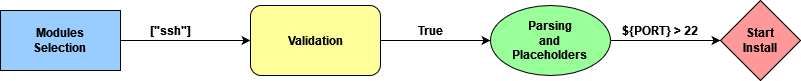
The draw.io diagram resources/figures/allprocess.png in nader-alhalabi/bachelor-thesis, before a commit. Source tidied: cells renumbered, new cells last; positions are measured from the earlier drawing's top-left corner, leaving out a move shared by most shapes. Its diagram source:
```xml
<mxGraphModel>
  <root>
    <mxCell id="0" />
    <mxCell id="1" parent="0" />
    <mxCell id="2" value="&lt;div&gt;&lt;b&gt;Modules&lt;/b&gt;&lt;/div&gt;&lt;div&gt;&lt;b&gt;Selection&lt;br&gt;&lt;/b&gt;&lt;/div&gt;" style="rounded=0;whiteSpace=wrap;html=1;fillColor=#99CCFF;" parent="1" vertex="1">
      <mxGeometry y="10" width="120" height="60" as="geometry" />
    </mxCell>
    <mxCell id="3" value="&lt;b&gt;Validation&lt;/b&gt;" style="rounded=1;whiteSpace=wrap;html=1;fillColor=#FFFF99;" parent="1" vertex="1">
      <mxGeometry x="250" y="5" width="130" height="70" as="geometry" />
    </mxCell>
    <mxCell id="4" value="&lt;div&gt;&lt;b&gt;Parsing&lt;/b&gt;&lt;/div&gt;&lt;div&gt;&lt;b&gt;and&lt;/b&gt;&lt;/div&gt;&lt;div&gt;&lt;b&gt;Placeholders&lt;br&gt;&lt;/b&gt;&lt;/div&gt;" style="ellipse;whiteSpace=wrap;html=1;fillColor=#99FF99;" parent="1" vertex="1">
      <mxGeometry x="490" y="5" width="120" height="70" as="geometry" />
    </mxCell>
    <mxCell id="5" value="&lt;div&gt;&lt;b&gt;Start&lt;/b&gt;&lt;/div&gt;&lt;div&gt;&lt;b&gt;Install&lt;br&gt;&lt;/b&gt;&lt;/div&gt;" style="rhombus;whiteSpace=wrap;html=1;fillColor=#FF9999;" parent="1" vertex="1">
      <mxGeometry x="720" width="80" height="80" as="geometry" />
    </mxCell>
    <mxCell id="6" style="endArrow=classic;html=1;exitX=1;exitY=0.5;exitDx=0;exitDy=0;entryX=0;entryY=0.5;entryDx=0;entryDy=0;" parent="1" edge="1" source="2" target="3">
      <mxGeometry relative="1" as="geometry" />
    </mxCell>
    <mxCell id="7" value="&lt;b&gt;[&quot;ssh&quot;]&lt;/b&gt;" style="text;html=1;strokeColor=none;fillColor=none;align=center;verticalAlign=middle;whiteSpace=wrap;rounded=0;" parent="1" vertex="1">
      <mxGeometry x="150" y="20" width="40" height="20" as="geometry" />
    </mxCell>
    <mxCell id="8" style="endArrow=classic;html=1;exitX=1;exitY=0.5;exitDx=0;exitDy=0;entryX=0;entryY=0.5;entryDx=0;entryDy=0;" parent="1" edge="1" source="3" target="4">
      <mxGeometry relative="1" as="geometry" />
    </mxCell>
    <mxCell id="9" value="&lt;b&gt;True&lt;/b&gt;" style="text;html=1;strokeColor=none;fillColor=none;align=center;verticalAlign=middle;whiteSpace=wrap;rounded=0;" parent="1" vertex="1">
      <mxGeometry x="410" y="20" width="40" height="20" as="geometry" />
    </mxCell>
    <mxCell id="10" style="endArrow=classic;html=1;exitX=1;exitY=0.5;exitDx=0;exitDy=0;entryX=0;entryY=0.5;entryDx=0;entryDy=0;" parent="1" edge="1" source="4" target="5">
      <mxGeometry relative="1" as="geometry" />
    </mxCell>
    <mxCell id="11" value="&lt;b&gt;${PORT} &amp;gt; 22&lt;/b&gt;" style="text;html=1;strokeColor=none;fillColor=none;align=center;verticalAlign=middle;whiteSpace=wrap;rounded=0;" parent="1" vertex="1">
      <mxGeometry x="610" y="20" width="100" height="20" as="geometry" />
    </mxCell>
  </root>
</mxGraphModel>
```
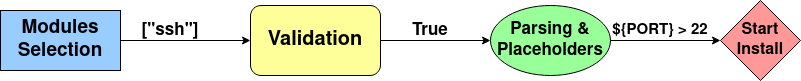
After the change.

Change to the diagram source:
```diff
@@ -2,34 +2,34 @@
   <root>
     <mxCell id="0" />
     <mxCell id="1" parent="0" />
-    <mxCell id="2" value="&lt;div&gt;&lt;b&gt;Modules&lt;/b&gt;&lt;/div&gt;&lt;div&gt;&lt;b&gt;Selection&lt;br&gt;&lt;/b&gt;&lt;/div&gt;" style="rounded=0;whiteSpace=wrap;html=1;fillColor=#99CCFF;" parent="1" vertex="1">
+    <mxCell id="2" value="&lt;div style=&quot;font-size: 19px&quot;&gt;&lt;font style=&quot;font-size: 19px&quot;&gt;&lt;b&gt;Modules&lt;/b&gt;&lt;/font&gt;&lt;/div&gt;&lt;div style=&quot;font-size: 19px&quot;&gt;&lt;font style=&quot;font-size: 19px&quot;&gt;&lt;b&gt;Selection&lt;br&gt;&lt;/b&gt;&lt;/font&gt;&lt;/div&gt;" style="rounded=0;whiteSpace=wrap;html=1;fillColor=#99CCFF;" parent="1" vertex="1">
       <mxGeometry y="10" width="120" height="60" as="geometry" />
     </mxCell>
-    <mxCell id="3" value="&lt;b&gt;Validation&lt;/b&gt;" style="rounded=1;whiteSpace=wrap;html=1;fillColor=#FFFF99;" parent="1" vertex="1">
+    <mxCell id="3" value="&lt;font style=&quot;font-size: 20px&quot;&gt;&lt;b&gt;Validation&lt;/b&gt;&lt;/font&gt;" style="rounded=1;whiteSpace=wrap;html=1;fillColor=#FFFF99;" parent="1" vertex="1">
       <mxGeometry x="250" y="5" width="130" height="70" as="geometry" />
     </mxCell>
-    <mxCell id="4" value="&lt;div&gt;&lt;b&gt;Parsing&lt;/b&gt;&lt;/div&gt;&lt;div&gt;&lt;b&gt;and&lt;/b&gt;&lt;/div&gt;&lt;div&gt;&lt;b&gt;Placeholders&lt;br&gt;&lt;/b&gt;&lt;/div&gt;" style="ellipse;whiteSpace=wrap;html=1;fillColor=#99FF99;" parent="1" vertex="1">
-      <mxGeometry x="490" y="5" width="120" height="70" as="geometry" />
-    </mxCell>
+    <mxCell id="12" value="&lt;div style=&quot;font-size: 17px&quot;&gt;&lt;font style=&quot;font-size: 17px&quot;&gt;&lt;b&gt;Parsing &amp;amp;&lt;br&gt;&lt;/b&gt;&lt;/font&gt;&lt;/div&gt;&lt;div style=&quot;font-size: 17px&quot;&gt;&lt;font style=&quot;font-size: 17px&quot;&gt;&lt;b&gt;Placeholders&lt;br&gt;&lt;/b&gt;&lt;/font&gt;&lt;/div&gt;" style="ellipse;whiteSpace=wrap;html=1;fillColor=#99FF99;" parent="1" vertex="1">
+      <mxGeometry x="490" y="5" width="120" height="70" as="geometry" />
+    </mxCell>
-    <mxCell id="5" value="&lt;div&gt;&lt;b&gt;Start&lt;/b&gt;&lt;/div&gt;&lt;div&gt;&lt;b&gt;Install&lt;br&gt;&lt;/b&gt;&lt;/div&gt;" style="rhombus;whiteSpace=wrap;html=1;fillColor=#FF9999;" parent="1" vertex="1">
+    <mxCell id="5" value="&lt;div style=&quot;font-size: 16px&quot;&gt;&lt;font style=&quot;font-size: 16px&quot;&gt;&lt;b&gt;Start&lt;/b&gt;&lt;/font&gt;&lt;/div&gt;&lt;div style=&quot;font-size: 16px&quot;&gt;&lt;font style=&quot;font-size: 16px&quot;&gt;&lt;b&gt;Install&lt;br&gt;&lt;/b&gt;&lt;/font&gt;&lt;/div&gt;" style="rhombus;whiteSpace=wrap;html=1;fillColor=#FF9999;" parent="1" vertex="1">
       <mxGeometry x="720" width="80" height="80" as="geometry" />
     </mxCell>
     <mxCell id="6" style="endArrow=classic;html=1;exitX=1;exitY=0.5;exitDx=0;exitDy=0;entryX=0;entryY=0.5;entryDx=0;entryDy=0;" parent="1" edge="1" source="2" target="3">
       <mxGeometry relative="1" as="geometry" />
     </mxCell>
-    <mxCell id="7" value="&lt;b&gt;[&quot;ssh&quot;]&lt;/b&gt;" style="text;html=1;strokeColor=none;fillColor=none;align=center;verticalAlign=middle;whiteSpace=wrap;rounded=0;" parent="1" vertex="1">
+    <mxCell id="7" value="&lt;font style=&quot;font-size: 17px&quot;&gt;&lt;b&gt;[&quot;ssh&quot;]&lt;/b&gt;&lt;/font&gt;" style="text;html=1;strokeColor=none;fillColor=none;align=center;verticalAlign=middle;whiteSpace=wrap;rounded=0;" parent="1" vertex="1">
       <mxGeometry x="150" y="20" width="40" height="20" as="geometry" />
     </mxCell>
-    <mxCell id="8" style="endArrow=classic;html=1;exitX=1;exitY=0.5;exitDx=0;exitDy=0;entryX=0;entryY=0.5;entryDx=0;entryDy=0;" parent="1" edge="1" source="3" target="4">
-      <mxGeometry relative="1" as="geometry" />
-    </mxCell>
+    <mxCell id="13" style="endArrow=classic;html=1;exitX=1;exitY=0.5;exitDx=0;exitDy=0;entryX=0;entryY=0.5;entryDx=0;entryDy=0;" parent="1" edge="1" source="3" target="12">
+      <mxGeometry relative="1" as="geometry" />
+    </mxCell>
-    <mxCell id="9" value="&lt;b&gt;True&lt;/b&gt;" style="text;html=1;strokeColor=none;fillColor=none;align=center;verticalAlign=middle;whiteSpace=wrap;rounded=0;" parent="1" vertex="1">
+    <mxCell id="9" value="&lt;font style=&quot;font-size: 17px&quot;&gt;&lt;b&gt;True&lt;/b&gt;&lt;/font&gt;" style="text;html=1;strokeColor=none;fillColor=none;align=center;verticalAlign=middle;whiteSpace=wrap;rounded=0;" parent="1" vertex="1">
       <mxGeometry x="410" y="20" width="40" height="20" as="geometry" />
     </mxCell>
-    <mxCell id="10" style="endArrow=classic;html=1;exitX=1;exitY=0.5;exitDx=0;exitDy=0;entryX=0;entryY=0.5;entryDx=0;entryDy=0;" parent="1" edge="1" source="4" target="5">
-      <mxGeometry relative="1" as="geometry" />
-    </mxCell>
+    <mxCell id="14" style="endArrow=classic;html=1;exitX=1;exitY=0.5;exitDx=0;exitDy=0;entryX=0;entryY=0.5;entryDx=0;entryDy=0;" parent="1" edge="1" source="12" target="5">
+      <mxGeometry relative="1" as="geometry" />
+    </mxCell>
-    <mxCell id="11" value="&lt;b&gt;${PORT} &amp;gt; 22&lt;/b&gt;" style="text;html=1;strokeColor=none;fillColor=none;align=center;verticalAlign=middle;whiteSpace=wrap;rounded=0;" parent="1" vertex="1">
+    <mxCell id="11" value="&lt;font style=&quot;font-size: 15px&quot;&gt;&lt;b&gt;${PORT} &amp;gt; 22&lt;/b&gt;&lt;/font&gt;" style="text;html=1;strokeColor=none;fillColor=none;align=center;verticalAlign=middle;whiteSpace=wrap;rounded=0;" parent="1" vertex="1">
       <mxGeometry x="610" y="20" width="100" height="20" as="geometry" />
     </mxCell>
   </root>
```
